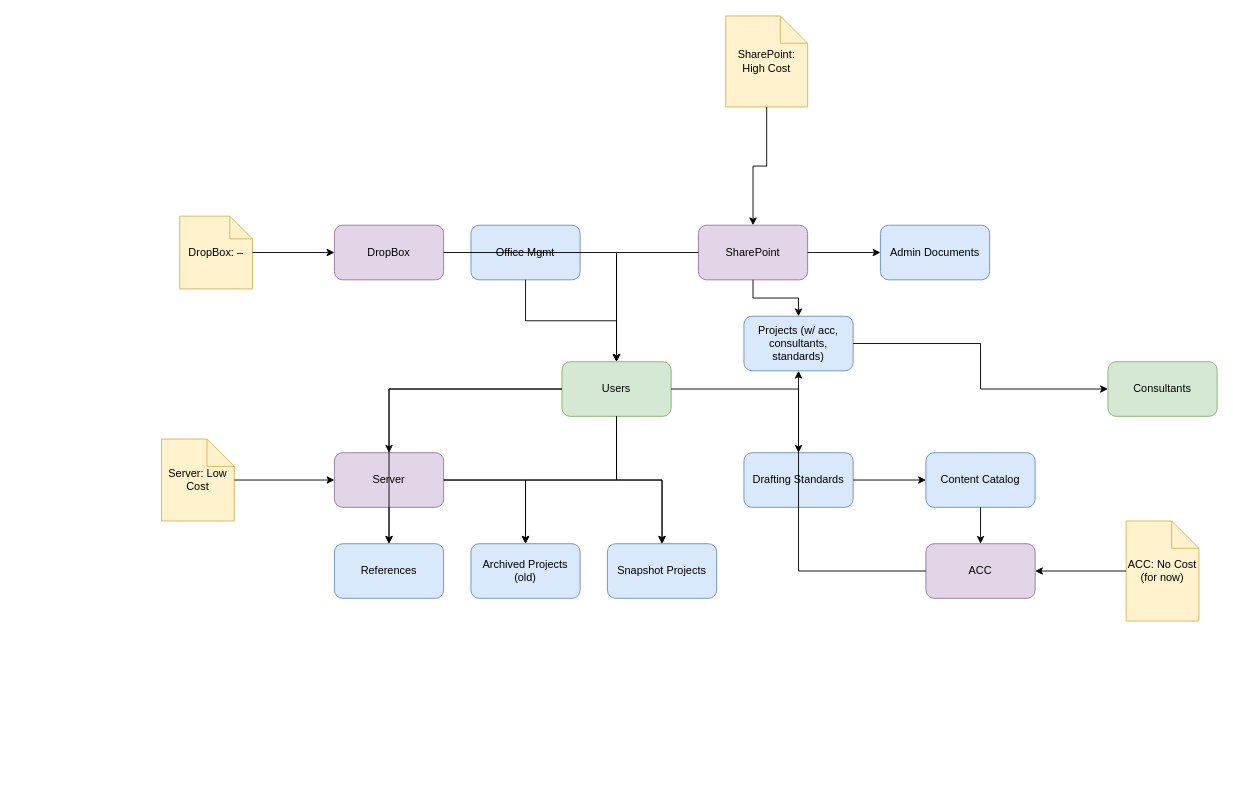
Above: network_diagram_fixed.drawio in kyleguggy13/FFE-pyRevit (draw.io), before the change. Source tidied: cells renumbered, new cells numbered last; positions are measured from the earlier drawing's top-left corner, leaving out a move shared by most shapes. Both pictures are drawn from the tidied source at 91%, with x=0, y=0 at pixel (161, 15).
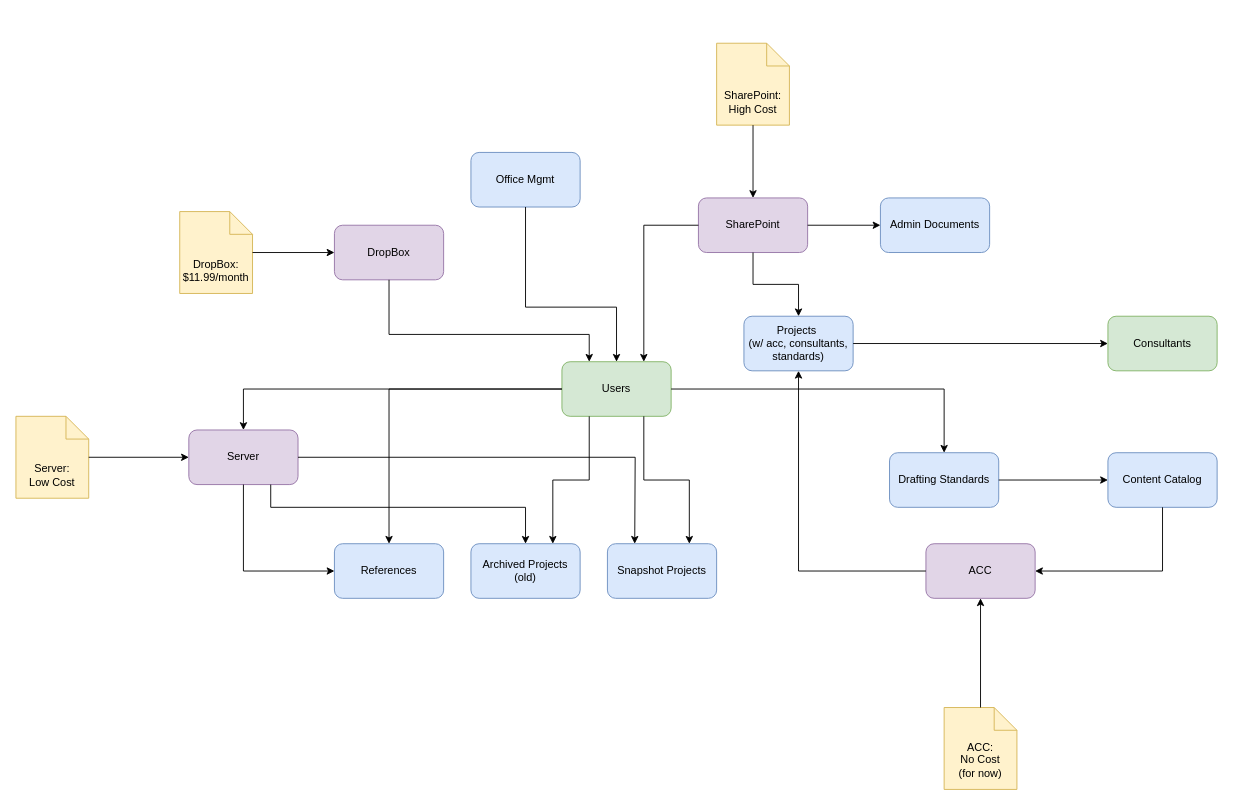
After the change.

The change refers to these unchanged cells:
```xml
<mxCell id="2" value="Users" style="shape=rectangle;whiteSpace=wrap;html=1;rounded=1;fillColor=#d5e8d4;strokeColor=#82b366;" parent="1" vertex="1">
  <mxGeometry x="440" y="380" width="120" height="60" as="geometry" />
</mxCell>
<mxCell id="3" value="DropBox" style="shape=rectangle;whiteSpace=wrap;html=1;rounded=1;fillColor=#e1d5e7;strokeColor=#9673a6;" parent="1" vertex="1">
  <mxGeometry x="190" y="230" width="120" height="60" as="geometry" />
</mxCell>
<mxCell id="8" value="References" style="shape=rectangle;whiteSpace=wrap;html=1;rounded=1;fillColor=#dae8fc;strokeColor=#6c8ebf;" parent="1" vertex="1">
  <mxGeometry x="190" y="580" width="120" height="60" as="geometry" />
</mxCell>
<mxCell id="9" value="Archived Projects (old)" style="shape=rectangle;whiteSpace=wrap;html=1;rounded=1;fillColor=#dae8fc;strokeColor=#6c8ebf;" parent="1" vertex="1">
  <mxGeometry x="340" y="580" width="120" height="60" as="geometry" />
</mxCell>
<mxCell id="10" value="Snapshot Projects" style="shape=rectangle;whiteSpace=wrap;html=1;rounded=1;fillColor=#dae8fc;strokeColor=#6c8ebf;" parent="1" vertex="1">
  <mxGeometry x="490" y="580" width="120" height="60" as="geometry" />
</mxCell>
<mxCell id="13" value="ACC" style="shape=rectangle;whiteSpace=wrap;html=1;rounded=1;fillColor=#e1d5e7;strokeColor=#9673a6;" parent="1" vertex="1">
  <mxGeometry x="840" y="580" width="120" height="60" as="geometry" />
</mxCell>
```

Change to the diagram source:
```diff
@@
     <mxCell id="4" value="Office Mgmt" style="shape=rectangle;whiteSpace=wrap;html=1;rounded=1;fillColor=#dae8fc;strokeColor=#6c8ebf;" parent="1" vertex="1">
-      <mxGeometry x="340" y="230" width="120" height="60" as="geometry" />
+      <mxGeometry x="340" y="150" width="120" height="60" as="geometry" />
     </mxCell>
     <mxCell id="5" value="SharePoint" style="shape=rectangle;whiteSpace=wrap;html=1;rounded=1;fillColor=#e1d5e7;strokeColor=#9673a6;" parent="1" vertex="1">
-      <mxGeometry x="590" y="230" width="120" height="60" as="geometry" />
+      <mxGeometry x="590" y="200" width="120" height="60" as="geometry" />
     </mxCell>
     <mxCell id="6" value="Admin Documents" style="shape=rectangle;whiteSpace=wrap;html=1;rounded=1;fillColor=#dae8fc;strokeColor=#6c8ebf;" parent="1" vertex="1">
-      <mxGeometry x="790" y="230" width="120" height="60" as="geometry" />
+      <mxGeometry x="790" y="200" width="120" height="60" as="geometry" />
     </mxCell>
     <mxCell id="7" value="Server" style="shape=rectangle;whiteSpace=wrap;html=1;rounded=1;fillColor=#e1d5e7;strokeColor=#9673a6;" parent="1" vertex="1">
-      <mxGeometry x="190" y="480" width="120" height="60" as="geometry" />
+      <mxGeometry x="30" y="455" width="120" height="60" as="geometry" />
     </mxCell>
@@
     <mxCell id="11" value="Drafting Standards" style="shape=rectangle;whiteSpace=wrap;html=1;rounded=1;fillColor=#dae8fc;strokeColor=#6c8ebf;" parent="1" vertex="1">
-      <mxGeometry x="640" y="480" width="120" height="60" as="geometry" />
+      <mxGeometry x="800" y="480" width="120" height="60" as="geometry" />
     </mxCell>
     <mxCell id="12" value="Content Catalog" style="shape=rectangle;whiteSpace=wrap;html=1;rounded=1;fillColor=#dae8fc;strokeColor=#6c8ebf;" parent="1" vertex="1">
-      <mxGeometry x="840" y="480" width="120" height="60" as="geometry" />
+      <mxGeometry x="1040" y="480" width="120" height="60" as="geometry" />
     </mxCell>
@@
     <mxCell id="14" value="Consultants" style="shape=rectangle;whiteSpace=wrap;html=1;rounded=1;fillColor=#d5e8d4;strokeColor=#82b366;" parent="1" vertex="1">
-      <mxGeometry x="1040" y="380" width="120" height="60" as="geometry" />
+      <mxGeometry x="1040" y="330" width="120" height="60" as="geometry" />
     </mxCell>
-    <mxCell id="15" value="Projects (w/ acc, consultants, standards)" style="shape=rectangle;whiteSpace=wrap;html=1;rounded=1;fillColor=#dae8fc;strokeColor=#6c8ebf;" parent="1" vertex="1">
+    <mxCell id="15" value="Projects&amp;nbsp;&lt;div&gt;(w/ acc, consultants, standards)&lt;/div&gt;" style="shape=rectangle;whiteSpace=wrap;html=1;rounded=1;fillColor=#dae8fc;strokeColor=#6c8ebf;" parent="1" vertex="1">
       <mxGeometry x="640" y="330" width="120" height="60" as="geometry" />
     </mxCell>
-    <mxCell id="16" value="SharePoint: High Cost" style="shape=note;whiteSpace=wrap;html=1;fillColor=#fff2cc;strokeColor=#d6b656;" parent="1" vertex="1">
-      <mxGeometry x="620" width="90" height="100" as="geometry" />
+    <mxCell id="16" value="SharePoint:&lt;div&gt;High Cost&lt;/div&gt;" style="shape=note;whiteSpace=wrap;html=1;fillColor=#fff2cc;strokeColor=#d6b656;verticalAlign=bottom;spacingBottom=8;size=25;" parent="1" vertex="1">
+      <mxGeometry x="610" y="30" width="80" height="90" as="geometry" />
     </mxCell>
-    <mxCell id="17" value="Server: Low Cost" style="shape=note;whiteSpace=wrap;html=1;fillColor=#fff2cc;strokeColor=#d6b656;" parent="1" vertex="1">
-      <mxGeometry y="465" width="80" height="90" as="geometry" />
+    <mxCell id="17" value="Server:&lt;div&gt;Low Cost&lt;/div&gt;" style="shape=note;whiteSpace=wrap;html=1;fillColor=#fff2cc;strokeColor=#d6b656;verticalAlign=bottom;spacingBottom=8;size=25;" parent="1" vertex="1">
+      <mxGeometry x="-160" y="440" width="80" height="90" as="geometry" />
     </mxCell>
-    <mxCell id="18" value="ACC: No Cost (for now)" style="shape=note;whiteSpace=wrap;html=1;fillColor=#fff2cc;strokeColor=#d6b656;" parent="1" vertex="1">
-      <mxGeometry x="1060" y="555" width="80" height="110" as="geometry" />
+    <mxCell id="18" value="ACC:&lt;div&gt;No Cost&lt;/div&gt;&lt;div&gt;&lt;span style=&quot;background-color: transparent; color: light-dark(rgb(0, 0, 0), rgb(255, 255, 255));&quot;&gt;(for now)&lt;/span&gt;&lt;/div&gt;" style="shape=note;whiteSpace=wrap;html=1;fillColor=#fff2cc;strokeColor=#d6b656;verticalAlign=bottom;spacingBottom=8;size=25;" parent="1" vertex="1">
+      <mxGeometry x="860" y="760" width="80" height="90" as="geometry" />
     </mxCell>
-    <mxCell id="19" value="DropBox: –" style="shape=note;whiteSpace=wrap;html=1;fillColor=#fff2cc;strokeColor=#d6b656;size=25;" parent="1" vertex="1">
-      <mxGeometry x="20" y="220" width="80" height="80" as="geometry" />
+    <mxCell id="19" value="DropBox:&lt;div&gt;$11.99/month&lt;/div&gt;" style="shape=note;whiteSpace=wrap;html=1;fillColor=#fff2cc;strokeColor=#d6b656;size=25;verticalAlign=bottom;spacingBottom=8;" parent="1" vertex="1">
+      <mxGeometry x="20" y="215" width="80" height="90" as="geometry" />
     </mxCell>
-    <mxCell id="20" style="edgeStyle=orthogonalEdgeStyle;rounded=0;jettySize=auto;" parent="1" edge="1" source="3" target="2">
-      <mxGeometry relative="1" as="geometry" />
+    <mxCell id="20" style="edgeStyle=orthogonalEdgeStyle;rounded=0;jettySize=auto;entryX=0.25;entryY=0;entryDx=0;entryDy=0;" parent="1" edge="1" source="3" target="2">
+      <mxGeometry relative="1" as="geometry">
+        <Array as="points">
+          <mxPoint x="250" y="350" />
+          <mxPoint x="470" y="350" />
+        </Array>
+      </mxGeometry>
     </mxCell>
     <mxCell id="21" style="edgeStyle=orthogonalEdgeStyle;rounded=0;jettySize=auto;" parent="1" edge="1" source="4" target="2">
-      <mxGeometry relative="1" as="geometry" />
+      <mxGeometry relative="1" as="geometry">
+        <Array as="points">
+          <mxPoint x="400" y="320" />
+          <mxPoint x="500" y="320" />
+        </Array>
+      </mxGeometry>
     </mxCell>
-    <mxCell id="22" style="edgeStyle=orthogonalEdgeStyle;rounded=0;jettySize=auto;" parent="1" edge="1" source="5" target="2">
+    <mxCell id="22" style="edgeStyle=orthogonalEdgeStyle;rounded=0;jettySize=auto;entryX=0.75;entryY=0;entryDx=0;entryDy=0;" parent="1" edge="1" source="5" target="2">
       <mxGeometry relative="1" as="geometry" />
     </mxCell>
@@
     <mxCell id="24" style="edgeStyle=orthogonalEdgeStyle;rounded=0;jettySize=auto;" parent="1" edge="1" source="2" target="8">
-      <mxGeometry relative="1" as="geometry" />
+      <mxGeometry relative="1" as="geometry">
+        <Array as="points">
+          <mxPoint x="250" y="410" />
+        </Array>
+      </mxGeometry>
     </mxCell>
     <mxCell id="25" style="edgeStyle=orthogonalEdgeStyle;rounded=0;jettySize=auto;" parent="1" edge="1" source="2" target="9">
-      <mxGeometry relative="1" as="geometry" />
+      <mxGeometry relative="1" as="geometry">
+        <Array as="points">
+          <mxPoint x="470" y="510" />
+          <mxPoint x="430" y="510" />
+        </Array>
+      </mxGeometry>
     </mxCell>
     <mxCell id="26" style="edgeStyle=orthogonalEdgeStyle;rounded=0;jettySize=auto;" parent="1" edge="1" source="2" target="10">
-      <mxGeometry relative="1" as="geometry" />
+      <mxGeometry relative="1" as="geometry">
+        <Array as="points">
+          <mxPoint x="530" y="510" />
+          <mxPoint x="580" y="510" />
+        </Array>
+      </mxGeometry>
     </mxCell>
@@
     <mxCell id="28" style="edgeStyle=orthogonalEdgeStyle;rounded=0;jettySize=auto;" parent="1" edge="1" source="7" target="8">
-      <mxGeometry relative="1" as="geometry" />
+      <mxGeometry relative="1" as="geometry">
+        <Array as="points">
+          <mxPoint x="90" y="610" />
+        </Array>
+      </mxGeometry>
     </mxCell>
     <mxCell id="29" style="edgeStyle=orthogonalEdgeStyle;rounded=0;jettySize=auto;" parent="1" edge="1" source="7" target="9">
-      <mxGeometry relative="1" as="geometry" />
+      <mxGeometry relative="1" as="geometry">
+        <Array as="points">
+          <mxPoint x="120" y="540" />
+          <mxPoint x="400" y="540" />
+        </Array>
+      </mxGeometry>
     </mxCell>
-    <mxCell id="30" style="edgeStyle=orthogonalEdgeStyle;rounded=0;jettySize=auto;" parent="1" edge="1" source="7" target="10">
-      <mxGeometry relative="1" as="geometry" />
+    <mxCell id="30" style="edgeStyle=orthogonalEdgeStyle;rounded=0;jettySize=auto;exitX=1;exitY=0.5;exitDx=0;exitDy=0;" parent="1" edge="1" source="7">
+      <mxGeometry relative="1" as="geometry">
+        <mxPoint x="520" y="580" as="targetPoint" />
+      </mxGeometry>
     </mxCell>
@@
     <mxCell id="32" style="edgeStyle=orthogonalEdgeStyle;rounded=0;jettySize=auto;" parent="1" edge="1" source="12" target="13">
-      <mxGeometry relative="1" as="geometry" />
+      <mxGeometry relative="1" as="geometry">
+        <Array as="points">
+          <mxPoint x="1100" y="610" />
+        </Array>
+      </mxGeometry>
     </mxCell>
     <mxCell id="33" style="edgeStyle=orthogonalEdgeStyle;rounded=0;jettySize=auto;" parent="1" edge="1" source="13" target="15">
-      <mxGeometry relative="1" as="geometry" />
+      <mxGeometry relative="1" as="geometry">
+        <Array as="points">
+          <mxPoint x="700" y="610" />
+        </Array>
+      </mxGeometry>
     </mxCell>
```
